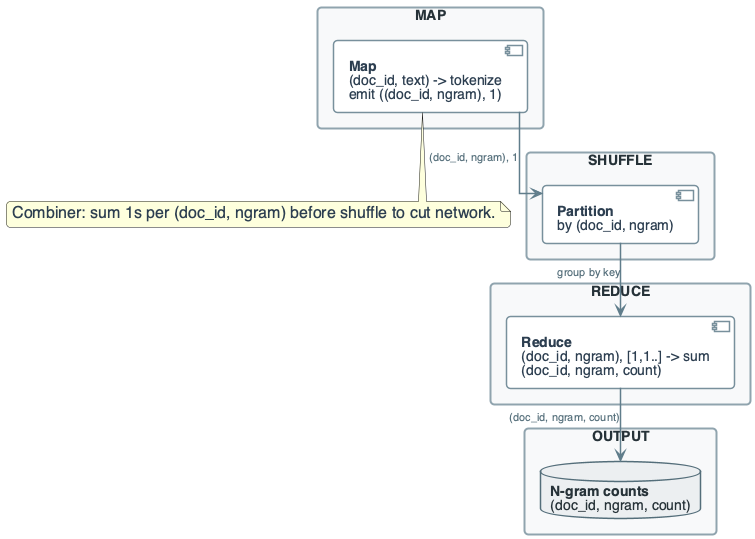
OrPerets/data-engineering-course keeps this PlantUML diagram as diagrams/week9/week9_lecture_slide26_mapreduce_ngram_flow.png. Above is the earlier version. Source of this version:
```plantuml
@startuml

top to bottom direction
skinparam linetype ortho
skinparam shadowing false
skinparam roundcorner 8
skinparam handwritten false
skinparam nodesep 24
skinparam ranksep 28

skinparam defaultFontName "Segoe UI, Helvetica, sans-serif"
skinparam defaultFontSize 16
skinparam defaultFontColor #2C3E50

skinparam rectangle {
    BackgroundColor #F8F9FA
    BorderColor #90A4AE
    BorderThickness 2
    FontColor #263238
    FontSize 14
    FontStyle bold
    Padding 20
}

skinparam component {
    BackgroundColor #FFFFFF
    BorderColor #78909C
    BorderThickness 1.5
    FontSize 14
    Padding 12
}

skinparam database {
    BackgroundColor #ECEFF1
    BorderColor #546E7A
    BorderThickness 1.5
    FontSize 14
    FontColor #263238
}

skinparam arrow {
    Color #607D8B
    Thickness 1.5
    FontSize 11
    FontColor #546E7A
}

skinparam component<<UI>> {
    BorderColor #8E24AA
    BackgroundColor #F3E5F5
    FontColor #4A148C
}

skinparam component<<Agent>> {
    BorderColor #0288D1
    BackgroundColor #E1F5FE
    FontColor #01579B
}

skinparam component<<Tool>> {
    BorderColor #2E7D32
    BackgroundColor #E8F5E9
    FontColor #1B5E20
}

skinparam component<<Config>> {
    BorderColor #F57C00
    BackgroundColor #FFF3E0
    FontColor #E65100
}

skinparam component<<Bad>> {
    BorderColor #C62828
    BackgroundColor #FFEBEE
    FontColor #B71C1C
}

skinparam component<<V1>> {
    BorderColor #F57C00
    BackgroundColor #FFF3E0
    FontColor #E65100
}

skinparam component<<V2>> {
    BorderColor #2E7D32
    BackgroundColor #E8F5E9
    FontColor #1B5E20
}

skinparam component<<up>> {
    BackgroundColor #E8F5E9
    BorderColor #2E7D32
}

skinparam component<<down>> {
    BackgroundColor #FFEBEE
    BorderColor #C62828
}

skinparam database<<up>> {
    BackgroundColor #E8F5E9
    BorderColor #2E7D32
}

skinparam database<<down>> {
    BackgroundColor #FFEBEE
    BorderColor #C62828
}

skinparam component<<success>> {
    BackgroundColor #E8F5E9
    BorderColor #2E7D32
}

skinparam component<<failure>> {
    BackgroundColor #FFEBEE
    BorderColor #C62828
}


rectangle "MAP" #F8F9FA {
    component "**Map**\n(doc_id, text) -> tokenize\nemit ((doc_id, ngram), 1)" as MAP_FN
}

rectangle "SHUFFLE" #F8F9FA {
    component "**Partition**\nby (doc_id, ngram)" as PART
}

rectangle "REDUCE" #F8F9FA {
    component "**Reduce**\n(doc_id, ngram), [1,1..] -> sum\n(doc_id, ngram, count)" as RED
}

rectangle "OUTPUT" #F8F9FA {
    database "**N-gram counts**\n(doc_id, ngram, count)" as OUT
}

MAP_FN --> PART : "(doc_id, ngram), 1"
PART --> RED : "group by key"
RED --> OUT : "(doc_id, ngram, count)"

note bottom of MAP_FN : Combiner: sum 1s per (doc_id, ngram) before shuffle to cut network.

@enduml
```
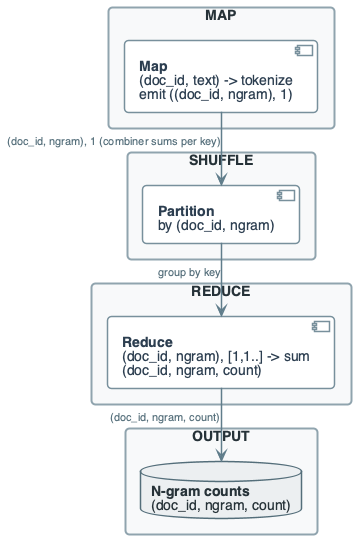
After the commit.

The edit, as a diff of the source:
```diff
@@ -134,10 +134,8 @@
     database "**N-gram counts**\n(doc_id, ngram, count)" as OUT
 }
 
-MAP_FN --> PART : "(doc_id, ngram), 1"
+MAP_FN --> PART : "(doc_id, ngram), 1 (combiner sums per key)"
 PART --> RED : "group by key"
 RED --> OUT : "(doc_id, ngram, count)"
 
-note bottom of MAP_FN : Combiner: sum 1s per (doc_id, ngram) before shuffle to cut network.
-
 @enduml
```
